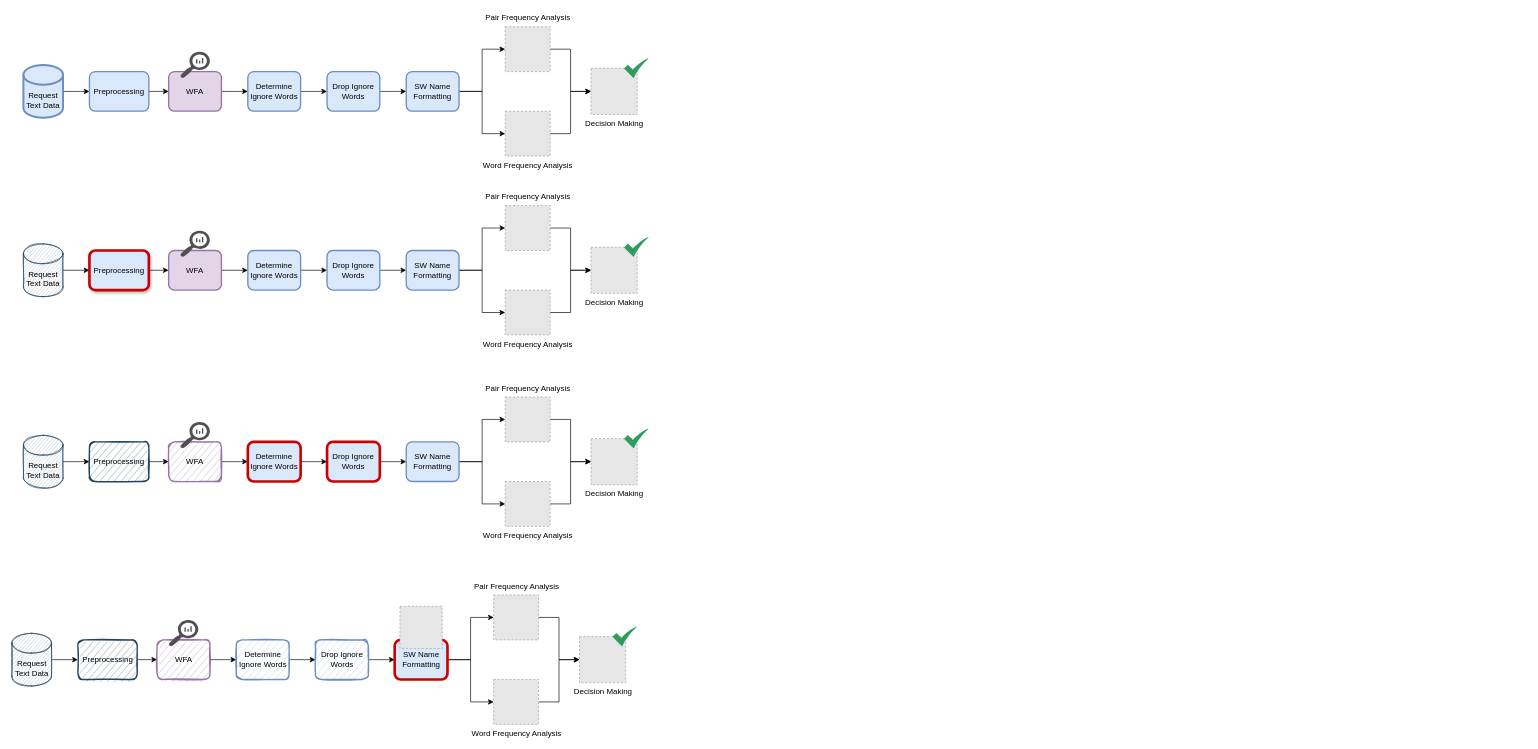
Earlier version of the draw.io diagram arcelik_JiraRequestProjectDiagram.drawio (EgehanEralp/diagrams). Source tidied: cells renumbered, new cells numbered last; positions are measured from the earlier drawing's top-left corner, leaving out a move shared by most shapes. Both pictures are drawn from the tidied source at 66%, with x=0, y=0 at pixel (11, 11). Pictures stored in the file or linked from it are replaced by grey dashed boxes.
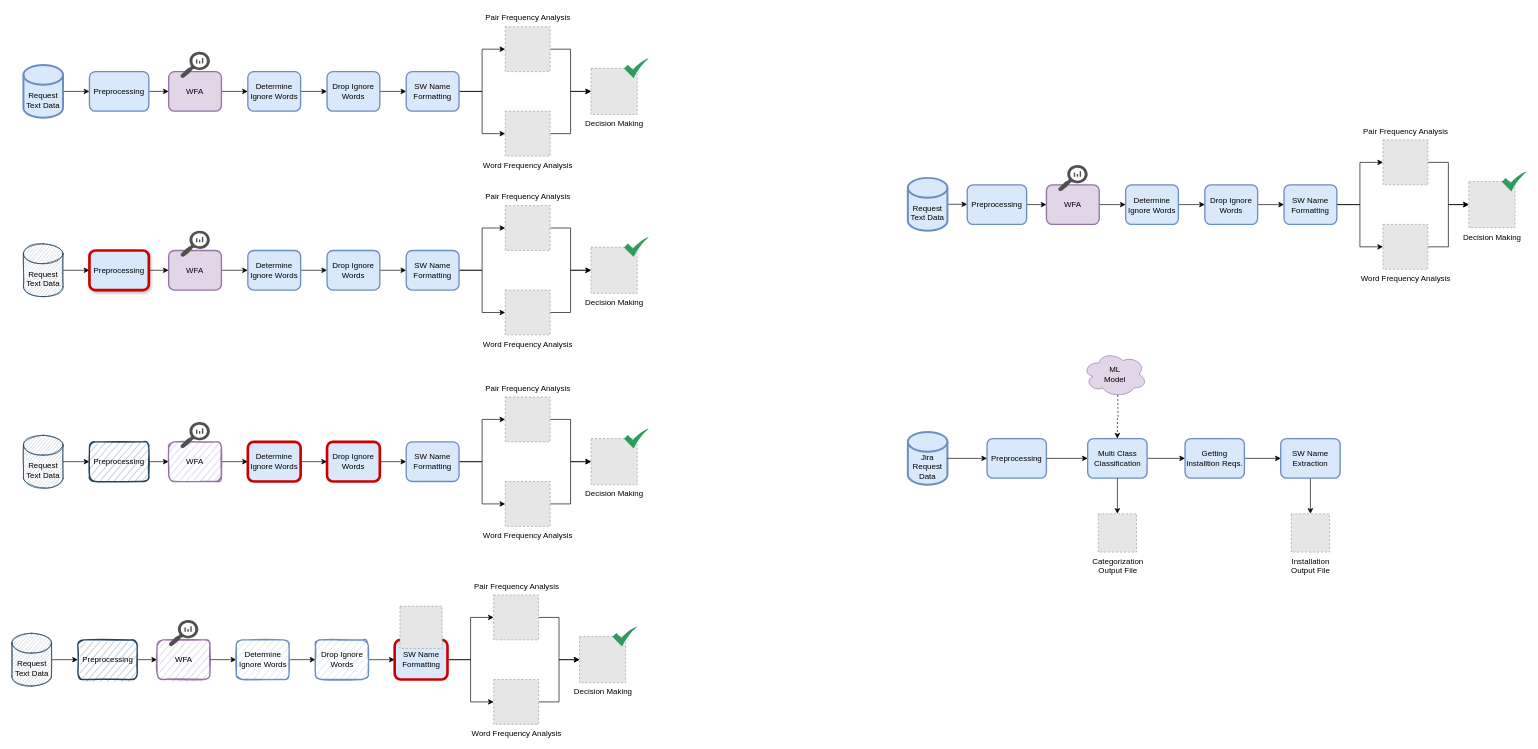
Above is the later version.

Change to the diagram source:
```diff
@@
+    <mxCell id="87" style="edgeStyle=orthogonalEdgeStyle;rounded=0;jettySize=auto;html=1;exitX=1;exitY=0.5;exitDx=0;exitDy=0;entryX=0;entryY=0.5;entryDx=0;entryDy=0;exitPerimeter=0;" parent="1" edge="1" source="99" target="89">
+      <mxGeometry relative="1" as="geometry" />
+    </mxCell>
+    <mxCell id="88" style="edgeStyle=orthogonalEdgeStyle;rounded=0;jettySize=auto;html=1;exitX=1;exitY=0.5;exitDx=0;exitDy=0;entryX=0;entryY=0.5;entryDx=0;entryDy=0;" parent="1" edge="1" source="89" target="91">
+      <mxGeometry relative="1" as="geometry" />
+    </mxCell>
+    <mxCell id="89" value="Preprocessing" style="rounded=1;whiteSpace=wrap;html=1;fillColor=#dae8fc;strokeColor=#6c8ebf;strokeWidth=2;" parent="1" vertex="1">
+      <mxGeometry x="1448" y="262.5" width="90" height="60" as="geometry" />
+    </mxCell>
+    <mxCell id="90" style="edgeStyle=orthogonalEdgeStyle;rounded=0;jettySize=auto;html=1;exitX=1;exitY=0.5;exitDx=0;exitDy=0;entryX=0;entryY=0.5;entryDx=0;entryDy=0;" parent="1" edge="1" source="91" target="93">
+      <mxGeometry relative="1" as="geometry" />
+    </mxCell>
+    <mxCell id="91" value="WFA" style="rounded=1;whiteSpace=wrap;html=1;strokeWidth=2;fillColor=#e1d5e7;strokeColor=#9673a6;" parent="1" vertex="1">
+      <mxGeometry x="1568" y="262.5" width="80" height="60" as="geometry" />
+    </mxCell>
+    <mxCell id="92" style="edgeStyle=orthogonalEdgeStyle;rounded=0;jettySize=auto;html=1;exitX=1;exitY=0.5;exitDx=0;exitDy=0;entryX=0;entryY=0.5;entryDx=0;entryDy=0;" parent="1" edge="1" source="93" target="95">
+      <mxGeometry relative="1" as="geometry" />
+    </mxCell>
+    <mxCell id="93" value="Determine Ignore Words" style="rounded=1;whiteSpace=wrap;html=1;strokeWidth=2;fillColor=#dae8fc;strokeColor=#6c8ebf;" parent="1" vertex="1">
+      <mxGeometry x="1688" y="262.5" width="80" height="60" as="geometry" />
+    </mxCell>
+    <mxCell id="94" style="edgeStyle=orthogonalEdgeStyle;rounded=0;jettySize=auto;html=1;exitX=1;exitY=0.5;exitDx=0;exitDy=0;entryX=0;entryY=0.5;entryDx=0;entryDy=0;" parent="1" edge="1" source="95" target="98">
+      <mxGeometry relative="1" as="geometry" />
+    </mxCell>
+    <mxCell id="95" value="Drop Ignore Words" style="rounded=1;whiteSpace=wrap;html=1;strokeWidth=2;fillColor=#dae8fc;strokeColor=#6c8ebf;" parent="1" vertex="1">
+      <mxGeometry x="1808" y="262.5" width="80" height="60" as="geometry" />
+    </mxCell>
+    <mxCell id="96" style="edgeStyle=orthogonalEdgeStyle;rounded=0;jettySize=auto;html=1;exitX=1;exitY=0.5;exitDx=0;exitDy=0;entryX=0;entryY=0.5;entryDx=0;entryDy=0;" parent="1" edge="1" source="98" target="105">
+      <mxGeometry relative="1" as="geometry" />
+    </mxCell>
+    <mxCell id="97" style="edgeStyle=orthogonalEdgeStyle;rounded=0;jettySize=auto;html=1;exitX=1;exitY=0.5;exitDx=0;exitDy=0;entryX=0;entryY=0.5;entryDx=0;entryDy=0;" parent="1" edge="1" source="98" target="102">
+      <mxGeometry relative="1" as="geometry" />
+    </mxCell>
+    <mxCell id="98" value="&lt;span style=&quot;text-align: left&quot;&gt;SW Name Formatting&lt;/span&gt;" style="rounded=1;whiteSpace=wrap;html=1;strokeWidth=2;fillColor=#dae8fc;strokeColor=#6c8ebf;" parent="1" vertex="1">
+      <mxGeometry x="1928" y="262.5" width="80" height="60" as="geometry" />
+    </mxCell>
+    <mxCell id="99" value="Request Text Data" style="shape=cylinder3;whiteSpace=wrap;html=1;boundedLbl=1;backgroundOutline=1;size=15;fillColor=#dae8fc;strokeColor=#6c8ebf;strokeWidth=3;" parent="1" vertex="1">
+      <mxGeometry x="1358" y="252" width="60" height="80" as="geometry" />
+    </mxCell>
+    <mxCell id="100" style="shadow=0;dashed=0;html=1;strokeColor=none;labelPosition=center;verticalLabelPosition=bottom;verticalAlign=top;align=center;fillColor=#505050;shape=mxgraph.mscae.oms.log_search;" parent="1" vertex="1">
+      <mxGeometry x="1585.5" y="232.5" width="45" height="40" as="geometry" />
+    </mxCell>
+    <mxCell id="101" style="edgeStyle=orthogonalEdgeStyle;rounded=0;jettySize=auto;html=1;exitX=1;exitY=0.5;exitDx=0;exitDy=0;entryX=0;entryY=0.5;entryDx=0;entryDy=0;" parent="1" edge="1" source="102" target="103">
+      <mxGeometry relative="1" as="geometry" />
+    </mxCell>
+    <mxCell id="102" value="Word Frequency Analysis" style="fillColor=#E6E6E6;strokeColor=#999999;dashed=1;html=1;verticalAlign=top;verticalLabelPosition=bottom;labelBackgroundColor=#ffffff;" parent="1" vertex="1">
+      <mxGeometry x="2078" y="322.5" width="68" height="68" as="geometry" />
+    </mxCell>
+    <mxCell id="103" value="Decision Making" style="fillColor=#E6E6E6;strokeColor=#999999;dashed=1;html=1;verticalAlign=top;verticalLabelPosition=bottom;labelBackgroundColor=#ffffff;" parent="1" vertex="1">
+      <mxGeometry x="2208" y="257.5" width="70" height="70" as="geometry" />
+    </mxCell>
+    <mxCell id="104" style="edgeStyle=orthogonalEdgeStyle;rounded=0;jettySize=auto;html=1;exitX=1;exitY=0.5;exitDx=0;exitDy=0;" parent="1" edge="1" source="105" target="103">
+      <mxGeometry relative="1" as="geometry" />
+    </mxCell>
+    <mxCell id="105" style="fillColor=#E6E6E6;strokeColor=#999999;dashed=1;html=1;verticalAlign=top;verticalLabelPosition=bottom;labelBackgroundColor=#ffffff;" parent="1" vertex="1">
+      <mxGeometry x="2078" y="194.5" width="68" height="68" as="geometry" />
+    </mxCell>
+    <mxCell id="106" value="&lt;span style=&quot;background-color: rgb(255 , 255 , 255)&quot;&gt;Pair Frequency Analysis&lt;/span&gt;" style="text;html=1;align=center;verticalAlign=middle;strokeColor=none;fillColor=none;" parent="1" vertex="1">
+      <mxGeometry x="2042" y="171.5" width="140" height="20" as="geometry" />
+    </mxCell>
+    <mxCell id="107" style="html=1;strokeColor=none;shadow=0;align=center;verticalAlign=top;fillColor=#2D9C5E;shape=mxgraph.gcp2.check;" parent="1" vertex="1">
+      <mxGeometry x="2258" y="242.5" width="37.5" height="30" as="geometry" />
+    </mxCell>
+    <mxCell id="108" value="Jira Request Data" style="shape=cylinder3;whiteSpace=wrap;html=1;boundedLbl=1;backgroundOutline=1;size=15;fillColor=#dae8fc;strokeColor=#6c8ebf;strokeWidth=3;" parent="1" vertex="1">
+      <mxGeometry x="1358" y="637" width="60" height="80" as="geometry" />
+    </mxCell>
+    <mxCell id="109" value="Preprocessing" style="rounded=1;whiteSpace=wrap;html=1;fillColor=#dae8fc;strokeColor=#6c8ebf;strokeWidth=2;" parent="1" vertex="1">
+      <mxGeometry x="1478" y="647" width="90" height="60" as="geometry" />
+    </mxCell>
+    <mxCell id="110" style="edgeStyle=orthogonalEdgeStyle;rounded=0;jettySize=auto;html=1;exitX=1;exitY=0.5;exitDx=0;exitDy=0;entryX=0;entryY=0.5;entryDx=0;entryDy=0;exitPerimeter=0;" parent="1" edge="1" source="108" target="109">
+      <mxGeometry relative="1" as="geometry" />
+    </mxCell>
+    <mxCell id="111" style="edgeStyle=orthogonalEdgeStyle;rounded=0;jettySize=auto;html=1;exitX=1;exitY=0.5;exitDx=0;exitDy=0;entryX=0;entryY=0.5;entryDx=0;entryDy=0;" parent="1" edge="1" source="109" target="113">
+      <mxGeometry relative="1" as="geometry" />
+    </mxCell>
+    <mxCell id="112" style="edgeStyle=orthogonalEdgeStyle;rounded=0;jettySize=auto;html=1;exitX=1;exitY=0.5;exitDx=0;exitDy=0;entryX=0;entryY=0.5;entryDx=0;entryDy=0;" parent="1" edge="1" source="113" target="119">
+      <mxGeometry relative="1" as="geometry" />
+    </mxCell>
+    <mxCell id="113" value="Multi Class Classification" style="rounded=1;whiteSpace=wrap;html=1;fillColor=#dae8fc;strokeColor=#6c8ebf;strokeWidth=2;" parent="1" vertex="1">
+      <mxGeometry x="1630.5" y="647" width="90" height="60" as="geometry" />
+    </mxCell>
+    <mxCell id="114" value="ML &lt;br&gt;Model" style="ellipse;shape=cloud;whiteSpace=wrap;html=1;fillColor=#e1d5e7;strokeColor=#9673a6;" parent="1" vertex="1">
+      <mxGeometry x="1623" y="515" width="97.5" height="69" as="geometry" />
+    </mxCell>
+    <mxCell id="115" style="edgeStyle=orthogonalEdgeStyle;rounded=0;jettySize=auto;html=1;entryX=0.5;entryY=0;entryDx=0;entryDy=0;dashed=1;" parent="1" edge="1" target="113">
+      <mxGeometry relative="1" as="geometry">
+        <mxPoint x="1676" y="581" as="sourcePoint" />
+      </mxGeometry>
+    </mxCell>
+    <mxCell id="116" value="Categorization &lt;br&gt;Output File" style="fillColor=#E6E6E6;strokeColor=#999999;dashed=1;html=1;verticalAlign=top;verticalLabelPosition=bottom;labelBackgroundColor=#ffffff;" parent="1" vertex="1">
+      <mxGeometry x="1646.5" y="761" width="58" height="58" as="geometry" />
+    </mxCell>
+    <mxCell id="117" style="edgeStyle=orthogonalEdgeStyle;rounded=0;jettySize=auto;html=1;exitX=0.5;exitY=1;exitDx=0;exitDy=0;entryX=0.5;entryY=0;entryDx=0;entryDy=0;" parent="1" edge="1" source="113" target="116">
+      <mxGeometry relative="1" as="geometry" />
+    </mxCell>
+    <mxCell id="118" style="edgeStyle=orthogonalEdgeStyle;rounded=0;jettySize=auto;html=1;exitX=1;exitY=0.5;exitDx=0;exitDy=0;entryX=0;entryY=0.5;entryDx=0;entryDy=0;" parent="1" edge="1" source="119" target="121">
+      <mxGeometry relative="1" as="geometry" />
+    </mxCell>
+    <mxCell id="119" value="Getting Installtion Reqs." style="rounded=1;whiteSpace=wrap;html=1;fillColor=#dae8fc;strokeColor=#6c8ebf;strokeWidth=2;" parent="1" vertex="1">
+      <mxGeometry x="1778" y="647" width="90" height="60" as="geometry" />
+    </mxCell>
+    <mxCell id="120" style="edgeStyle=orthogonalEdgeStyle;rounded=0;jettySize=auto;html=1;exitX=0.5;exitY=1;exitDx=0;exitDy=0;" parent="1" edge="1" source="121" target="122">
+      <mxGeometry relative="1" as="geometry" />
+    </mxCell>
+    <mxCell id="121" value="SW Name Extraction" style="rounded=1;whiteSpace=wrap;html=1;fillColor=#dae8fc;strokeColor=#6c8ebf;strokeWidth=2;" parent="1" vertex="1">
+      <mxGeometry x="1923" y="647" width="90" height="60" as="geometry" />
+    </mxCell>
+    <mxCell id="122" value="Installation&lt;br&gt;Output File" style="fillColor=#E6E6E6;strokeColor=#999999;dashed=1;html=1;verticalAlign=top;verticalLabelPosition=bottom;labelBackgroundColor=#ffffff;" parent="1" vertex="1">
+      <mxGeometry x="1939" y="761" width="58" height="58" as="geometry" />
+    </mxCell>
```
